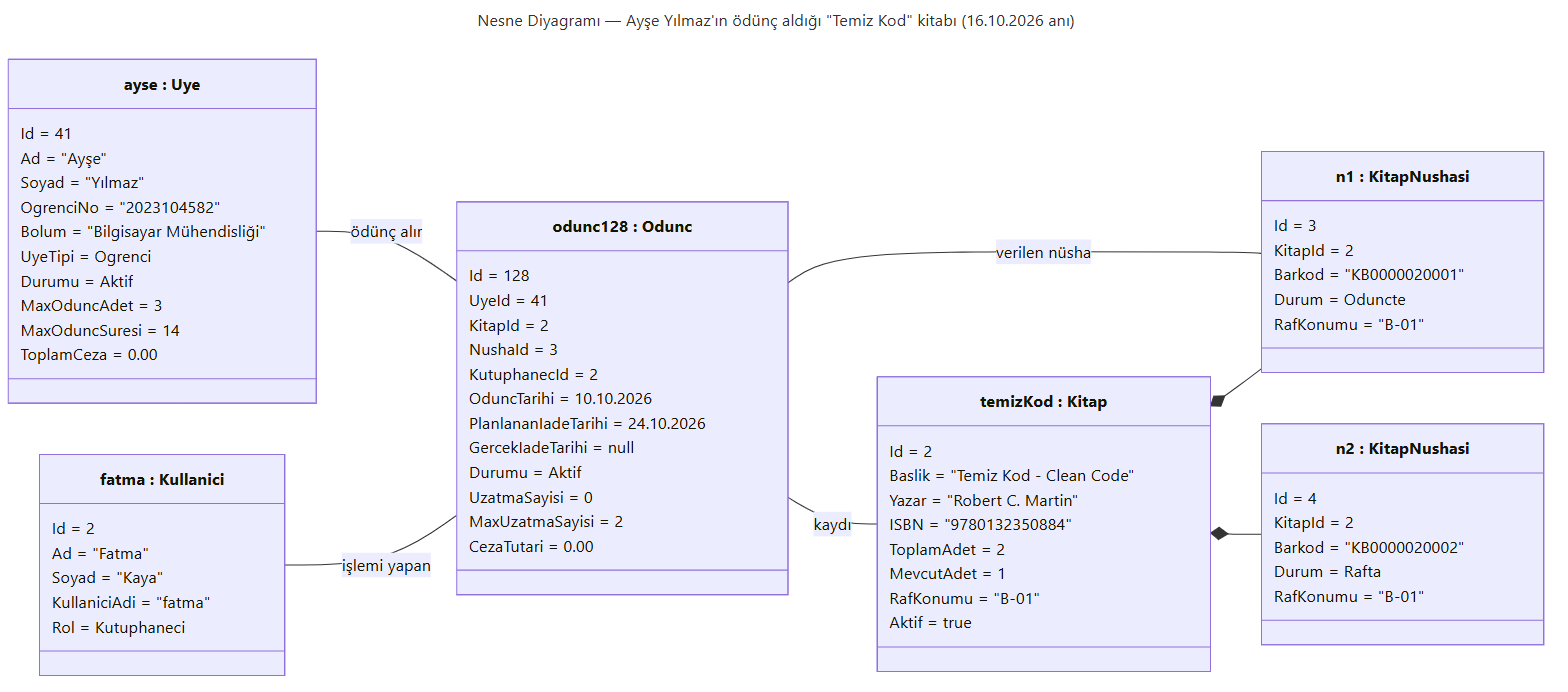
The Mermaid diagram docs/uml/2-nesne-diyagrami.png in sudenurozturkk/KutuphaneOtomasyonu, before a commit. Its source is kept beside it as docs/uml/2-nesne-diyagrami.mmd. The source it was exported from:
```mermaid
---
title: Nesne Diyagramı — Ayşe Yılmaz'ın ödünç aldığı "Temiz Kod" kitabı (16.10.2026 anı)
---
classDiagram
    direction LR

    class ayse["ayse : Uye"] {
        Id = 41
        Ad = "Ayşe"
        Soyad = "Yılmaz"
        OgrenciNo = "2023104582"
        Bolum = "Bilgisayar Mühendisliği"
        UyeTipi = Ogrenci
        Durumu = Aktif
        MaxOduncAdet = 3
        MaxOduncSuresi = 14
        ToplamCeza = 0.00
    }

    class odunc["odunc128 : Odunc"] {
        Id = 128
        UyeId = 41
        KitapId = 2
        NushaId = 3
        KutuphanecId = 2
        OduncTarihi = 10.10.2026
        PlanlananIadeTarihi = 24.10.2026
        GercekIadeTarihi = null
        Durumu = Aktif
        UzatmaSayisi = 0
        MaxUzatmaSayisi = 2
        CezaTutari = 0.00
    }

    class kitap["temizKod : Kitap"] {
        Id = 2
        Baslik = "Temiz Kod - Clean Code"
        Yazar = "Robert C. Martin"
        ISBN = "9780132350884"
        ToplamAdet = 2
        MevcutAdet = 1
        RafKonumu = "B-01"
        Aktif = true
    }

    class nusha1["n1 : KitapNushasi"] {
        Id = 3
        KitapId = 2
        Barkod = "KB0000020001"
        Durum = Oduncte
        RafKonumu = "B-01"
    }

    class nusha2["n2 : KitapNushasi"] {
        Id = 4
        KitapId = 2
        Barkod = "KB0000020002"
        Durum = Rafta
        RafKonumu = "B-01"
    }

    class fatma["fatma : Kullanici"] {
        Id = 2
        Ad = "Fatma"
        Soyad = "Kaya"
        KullaniciAdi = "fatma"
        Rol = Kutuphaneci
    }

    ayse -- odunc : ödünç alır
    odunc -- kitap : kaydı
    odunc -- nusha1 : verilen nüsha
    fatma -- odunc : işlemi yapan
    kitap *-- nusha1
    kitap *-- nusha2
```
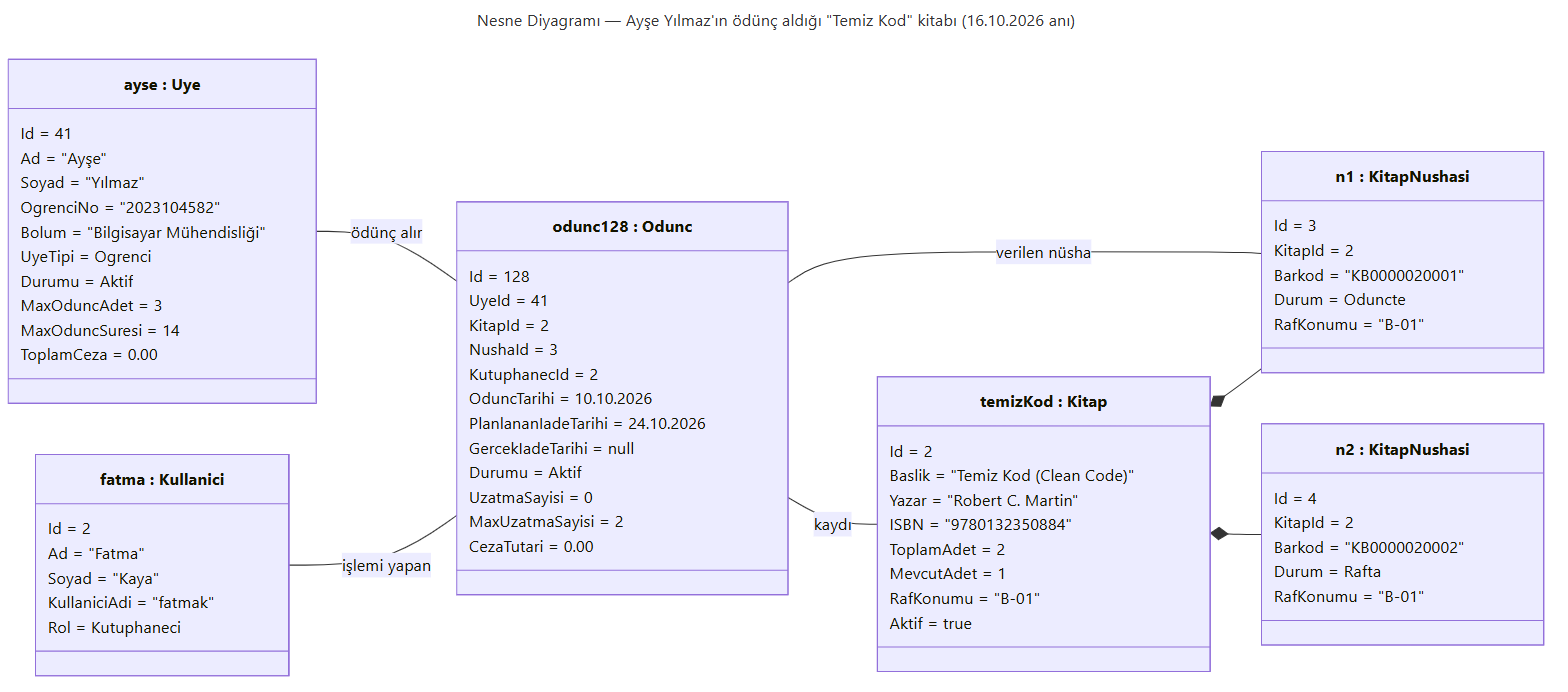
Above is the later version.

What changed in the source:
```diff
@@ -34,7 +34,7 @@
 
     class kitap["temizKod : Kitap"] {
         Id = 2
-        Baslik = "Temiz Kod - Clean Code"
+        Baslik = "Temiz Kod #40;Clean Code#41;"
         Yazar = "Robert C. Martin"
         ISBN = "9780132350884"
         ToplamAdet = 2
@@ -63,7 +63,7 @@
         Id = 2
         Ad = "Fatma"
         Soyad = "Kaya"
-        KullaniciAdi = "fatma"
+        KullaniciAdi = "fatmak"
         Rol = Kutuphaneci
     }
 
```
